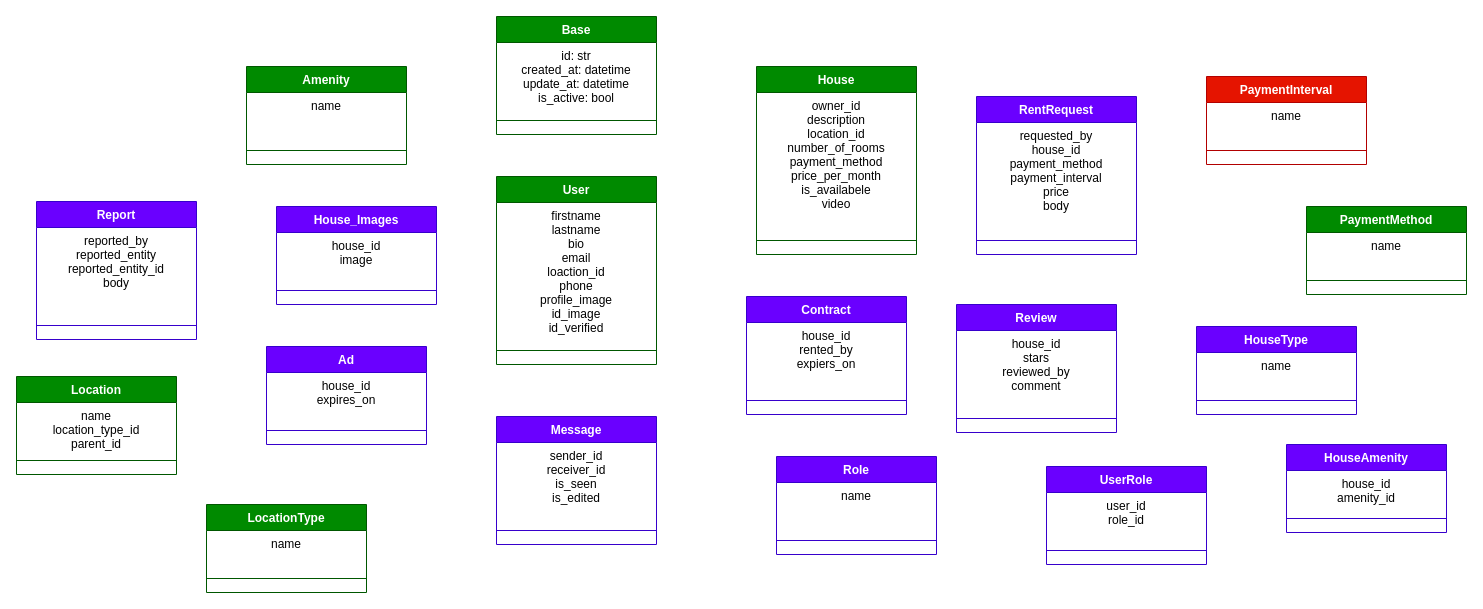
Before: RentBridge/rentbridge-db.dio in MicrQ/100DaysOfDjango, a draw.io diagram. Source tidied: cells renumbered, new cells numbered last; positions are measured from the earlier drawing's top-left corner, leaving out a move shared by most shapes. Both pictures are drawn from the tidied source at 100%, with x=0, y=0 at pixel (16, 16).
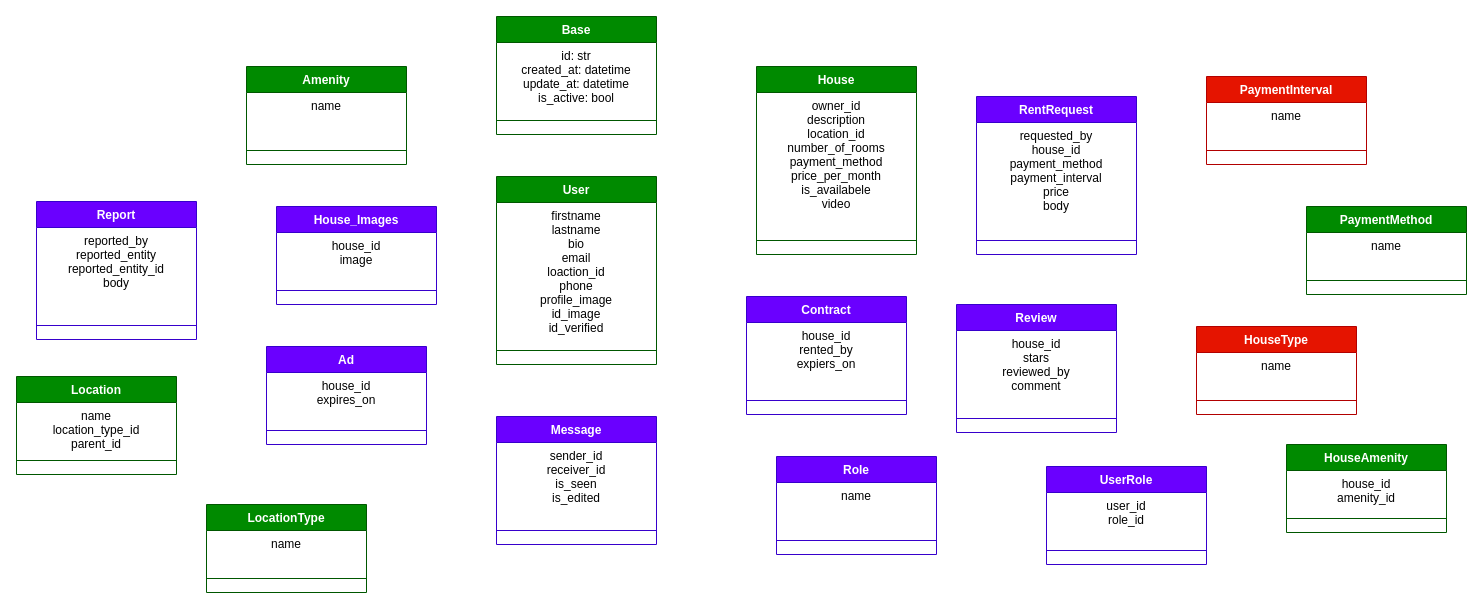
The same page after the edit.

Diff of the diagram source:
```diff
@@
-    <mxCell id="44" value="HouseType" style="swimlane;fontStyle=1;align=center;verticalAlign=top;horizontal=1;startSize=26;fillColor=#6a00ff;fontColor=#ffffff;strokeColor=#3700CC;" parent="1" vertex="1">
+    <mxCell id="44" value="HouseType" style="swimlane;fontStyle=1;align=center;verticalAlign=top;horizontal=1;startSize=26;fillColor=#e51400;fontColor=#ffffff;strokeColor=#B20000;" parent="1" vertex="1">
       <mxGeometry x="1180" y="310" width="160" height="88" as="geometry" />
     </mxCell>
@@
-    <mxCell id="47" value="HouseAmenity" style="swimlane;fontStyle=1;align=center;verticalAlign=top;horizontal=1;startSize=26;fillColor=#6a00ff;fontColor=#ffffff;strokeColor=#3700CC;" parent="1" vertex="1">
+    <mxCell id="47" value="HouseAmenity" style="swimlane;fontStyle=1;align=center;verticalAlign=top;horizontal=1;startSize=26;fillColor=#008a00;fontColor=#ffffff;strokeColor=#005700;" parent="1" vertex="1">
       <mxGeometry x="1270" y="428" width="160" height="88" as="geometry" />
     </mxCell>
```
